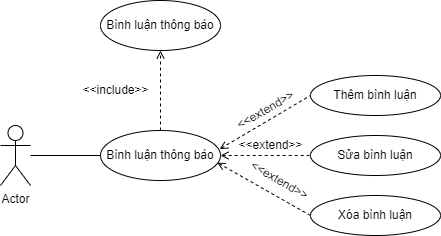
This is usecase diagram/Thông báo nội khu-Bình luận.drawio.png from kienndhn/draw-io, a draw.io export, as it was before one commit. Source tidied: cells renumbered, new cells last; positions are measured from the earlier drawing's top-left corner, leaving out a move shared by most shapes.
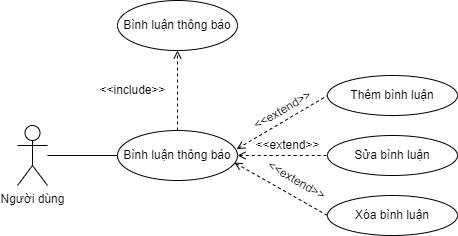
After the commit.

The edit, as a diff of the source:
```diff
@@ -29,7 +29,7 @@
     <mxCell id="10" style="edgeStyle=none;rounded=0;jettySize=auto;html=1;startArrow=none;startFill=0;endArrow=none;endFill=0;" parent="1" edge="1" source="11" target="9">
       <mxGeometry relative="1" as="geometry" />
     </mxCell>
-    <mxCell id="11" value="Actor" style="shape=umlActor;verticalLabelPosition=bottom;verticalAlign=top;html=1;outlineConnect=0;" parent="1" vertex="1">
+    <mxCell id="11" value="Người dùng" style="shape=umlActor;verticalLabelPosition=bottom;verticalAlign=top;html=1;outlineConnect=0;" parent="1" vertex="1">
       <mxGeometry y="125" width="30" height="60" as="geometry" />
     </mxCell>
     <mxCell id="12" value="&amp;lt;&amp;lt;extend&amp;gt;&amp;gt;" style="text;html=1;align=center;verticalAlign=middle;strokeColor=none;fillColor=none;rotation=-30;" parent="1" vertex="1">
```
